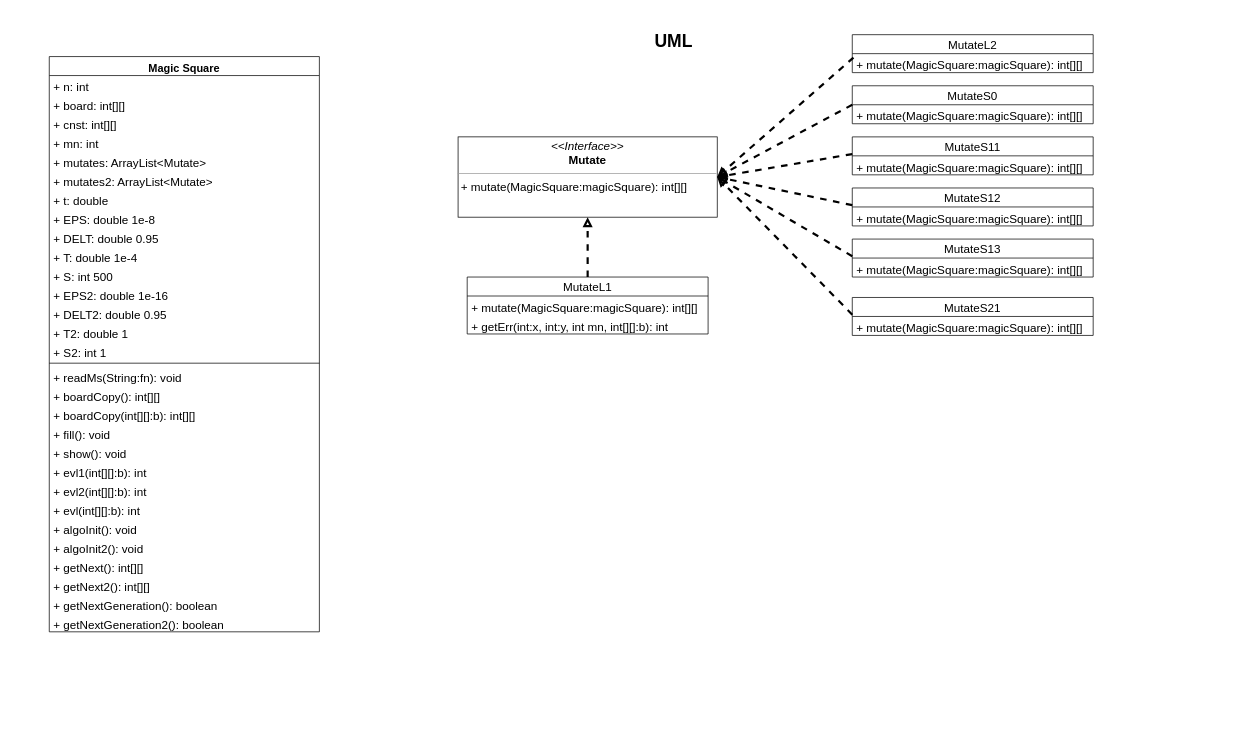
Earlier version of the draw.io diagram CS209.drawio (CharlotteE67/CharlotteE67.github.io). Source tidied: cells renumbered, new cells numbered last; positions are measured from the earlier drawing's top-left corner, leaving out a move shared by most shapes. Both pictures are drawn from the tidied source at 73%, with x=0, y=0 at pixel (49, 27).
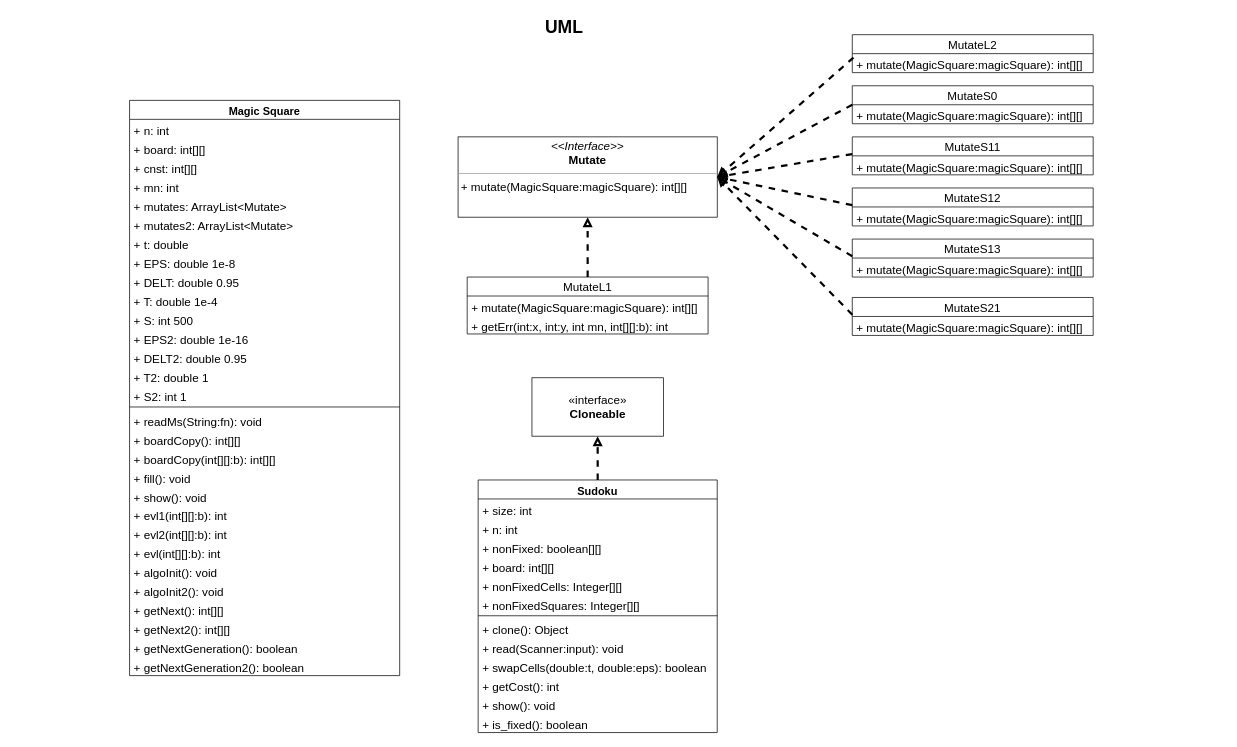
Above is the later version.

The edit, as a diff of the source:
```diff
@@
     <mxCell id="2" value="UML" style="text;strokeColor=none;fillColor=none;html=1;fontSize=24;fontStyle=1;verticalAlign=middle;align=center;" parent="1" vertex="1">
-      <mxGeometry x="100" width="1510" height="40" as="geometry" />
+      <mxGeometry x="-50" y="-20" width="1510" height="40" as="geometry" />
     </mxCell>
     <mxCell id="3" value="Magic Square" style="swimlane;fontStyle=1;align=center;verticalAlign=top;horizontal=1;startSize=26;fontSize=15;gradientColor=#ffffff;" parent="1" vertex="1">
-      <mxGeometry y="40" width="370" height="788" as="geometry" />
+      <mxGeometry x="110" y="100" width="370" height="788" as="geometry" />
     </mxCell>
@@
+    <mxCell id="57" value="Sudoku" style="swimlane;fontStyle=1;align=center;verticalAlign=top;horizontal=1;startSize=26;fontSize=15;gradientColor=#ffffff;" parent="1" vertex="1">
+      <mxGeometry x="587.5" y="620" width="327.5" height="346" as="geometry" />
+    </mxCell>
+    <mxCell id="58" value="+ size: int" style="text;strokeColor=none;fillColor=none;align=left;verticalAlign=top;spacingLeft=4;spacingRight=4;overflow=hidden;fontSize=16;" parent="57" vertex="1">
+      <mxGeometry y="26" width="327.5" height="26" as="geometry" />
+    </mxCell>
+    <mxCell id="59" value="+ n: int" style="text;strokeColor=none;fillColor=none;align=left;verticalAlign=top;spacingLeft=4;spacingRight=4;overflow=hidden;fontSize=16;" parent="57" vertex="1">
+      <mxGeometry y="52" width="327.5" height="26" as="geometry" />
+    </mxCell>
+    <mxCell id="60" value="+ nonFixed: boolean[][]" style="text;strokeColor=none;fillColor=none;align=left;verticalAlign=top;spacingLeft=4;spacingRight=4;overflow=hidden;fontSize=16;" parent="57" vertex="1">
+      <mxGeometry y="78" width="327.5" height="26" as="geometry" />
+    </mxCell>
+    <mxCell id="61" value="+ board: int[][]" style="text;strokeColor=none;fillColor=none;align=left;verticalAlign=top;spacingLeft=4;spacingRight=4;overflow=hidden;fontSize=16;" parent="57" vertex="1">
+      <mxGeometry y="104" width="327.5" height="26" as="geometry" />
+    </mxCell>
+    <mxCell id="62" value="+ nonFixedCells: Integer[][]" style="text;strokeColor=none;fillColor=none;align=left;verticalAlign=top;spacingLeft=4;spacingRight=4;overflow=hidden;fontSize=16;" parent="57" vertex="1">
+      <mxGeometry y="130" width="327.5" height="26" as="geometry" />
+    </mxCell>
+    <mxCell id="63" value="+ nonFixedSquares: Integer[][]" style="text;strokeColor=none;fillColor=none;align=left;verticalAlign=top;spacingLeft=4;spacingRight=4;overflow=hidden;fontSize=16;" parent="57" vertex="1">
+      <mxGeometry y="156" width="327.5" height="26" as="geometry" />
+    </mxCell>
+    <mxCell id="64" style="line;strokeWidth=1;fillColor=none;align=left;verticalAlign=middle;spacingTop=-1;spacingLeft=3;spacingRight=3;labelPosition=right;" parent="57" vertex="1">
+      <mxGeometry y="182" width="327.5" height="8" as="geometry" />
+    </mxCell>
+    <mxCell id="65" value="+ clone(): Object" style="text;strokeColor=none;fillColor=none;align=left;verticalAlign=top;spacingLeft=4;spacingRight=4;overflow=hidden;fontSize=16;" parent="57" vertex="1">
+      <mxGeometry y="190" width="327.5" height="26" as="geometry" />
+    </mxCell>
+    <mxCell id="66" value="+ read(Scanner:input): void" style="text;strokeColor=none;fillColor=none;align=left;verticalAlign=top;spacingLeft=4;spacingRight=4;overflow=hidden;fontSize=16;" parent="57" vertex="1">
+      <mxGeometry y="216" width="327.5" height="26" as="geometry" />
+    </mxCell>
+    <mxCell id="67" value="+ swapCells(double:t, double:eps): boolean" style="text;strokeColor=none;fillColor=none;align=left;verticalAlign=top;spacingLeft=4;spacingRight=4;overflow=hidden;fontSize=16;" parent="57" vertex="1">
+      <mxGeometry y="242" width="327.5" height="26" as="geometry" />
+    </mxCell>
+    <mxCell id="68" value="+ getCost(): int" style="text;strokeColor=none;fillColor=none;align=left;verticalAlign=top;spacingLeft=4;spacingRight=4;overflow=hidden;fontSize=16;" parent="57" vertex="1">
+      <mxGeometry y="268" width="327.5" height="26" as="geometry" />
+    </mxCell>
+    <mxCell id="69" value="+ show(): void" style="text;strokeColor=none;fillColor=none;align=left;verticalAlign=top;spacingLeft=4;spacingRight=4;overflow=hidden;fontSize=16;" parent="57" vertex="1">
+      <mxGeometry y="294" width="327.5" height="26" as="geometry" />
+    </mxCell>
+    <mxCell id="70" value="+ is_fixed(): boolean" style="text;strokeColor=none;fillColor=none;align=left;verticalAlign=top;spacingLeft=4;spacingRight=4;overflow=hidden;fontSize=16;" parent="57" vertex="1">
+      <mxGeometry y="320" width="327.5" height="26" as="geometry" />
+    </mxCell>
+    <mxCell id="71" style="endArrow=block;html=1;fontSize=14;dashed=1;endFill=0;strokeWidth=3;exitX=0.5;exitY=0;exitDx=0;exitDy=0;entryX=0.5;entryY=1;entryDx=0;entryDy=0;" parent="1" edge="1" source="57" target="72">
+      <mxGeometry relative="1" as="geometry" />
+    </mxCell>
+    <mxCell id="72" value="«interface»&lt;br&gt;&lt;b&gt;Cloneable&lt;/b&gt;" style="html=1;fontSize=16;gradientColor=#ffffff;" parent="1" vertex="1">
+      <mxGeometry x="661.2" y="480" width="180" height="80" as="geometry" />
+    </mxCell>
```
